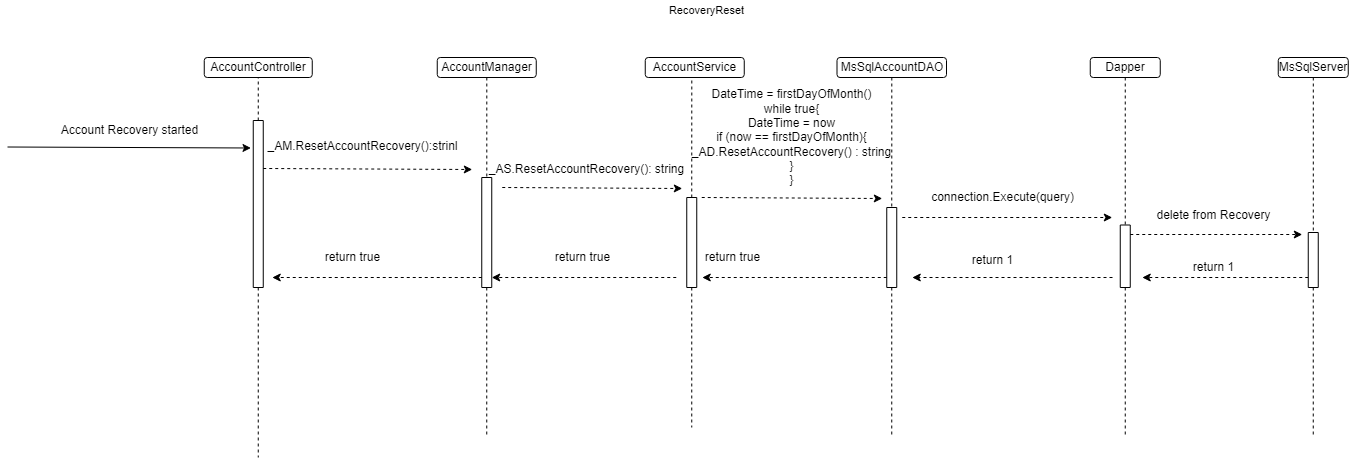
Before: Documents/Core Components/Account Recovery/RecoveryReset-Recovery Reset.drawio.png, a diagram exported from draw.io (Annihilator3180/CECS-491A-Senior-Project). Source tidied: cells renumbered, new cells last; positions are measured from the earlier drawing's top-left corner, leaving out a move shared by most shapes.
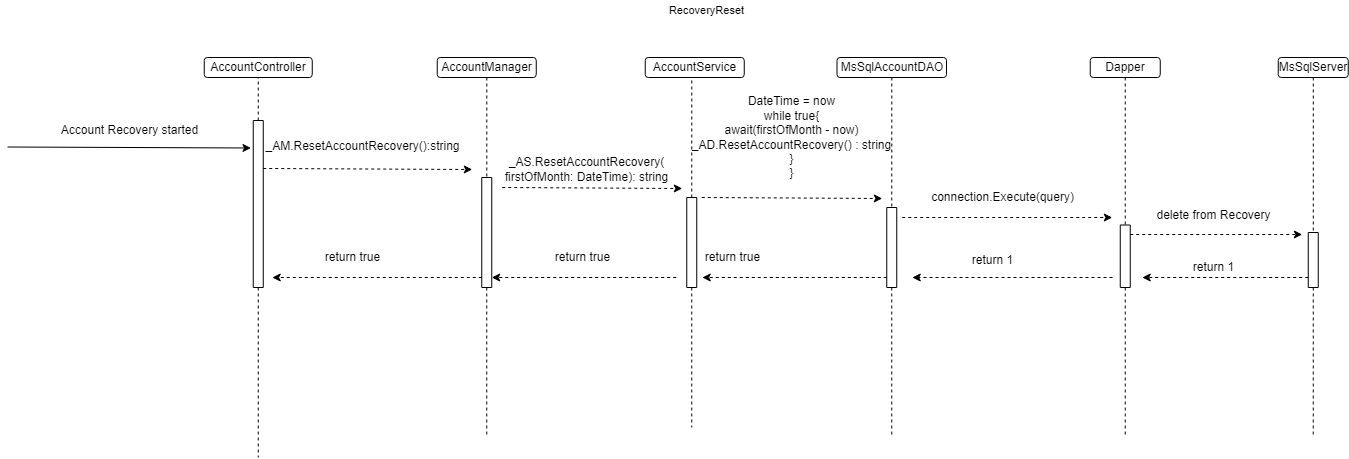
After the commit.

What changed in the source:
```diff
@@ -70,7 +70,7 @@
         <mxPoint x="243.5" y="147.5" as="targetPoint" />
       </mxGeometry>
     </mxCell>
-    <mxCell id="20" value="_AM.ResetAccountRecovery():strinl" style="text;html=1;align=center;verticalAlign=middle;strokeColor=none;fillColor=none;" parent="1" vertex="1">
+    <mxCell id="20" value="_AM.ResetAccountRecovery():string" style="text;html=1;align=center;verticalAlign=middle;strokeColor=none;fillColor=none;" parent="1" vertex="1">
       <mxGeometry x="249.8" y="136" width="210" height="20" as="geometry" />
     </mxCell>
     <mxCell id="21" style="endArrow=classic;html=1;rounded=0;dashed=1;" parent="1" edge="1">
@@ -93,11 +93,11 @@
     <mxCell id="24" style="rounded=0;whiteSpace=wrap;html=1;direction=south;" parent="1" vertex="1">
       <mxGeometry x="679.2" y="197" width="10" height="90" as="geometry" />
     </mxCell>
-    <mxCell id="25" value="_AS.ResetAccountRecovery(): string" style="text;html=1;align=center;verticalAlign=middle;strokeColor=none;fillColor=none;" parent="1" vertex="1">
-      <mxGeometry x="474.2" y="159" width="210" height="20" as="geometry" />
+    <mxCell id="25" value="_AS.ResetAccountRecovery(&lt;br&gt;firstOfMonth: DateTime): string" style="text;html=1;align=center;verticalAlign=middle;strokeColor=none;fillColor=none;" parent="1" vertex="1">
+      <mxGeometry x="489.2" y="154" width="180" height="30" as="geometry" />
     </mxCell>
-    <mxCell id="26" value="DateTime = firstDayOfMonth()&lt;br&gt;while true{&lt;br&gt;DateTime = now&lt;br&gt;if (now == firstDayOfMonth){&lt;br&gt;_AD.ResetAccountRecovery() : string&lt;br&gt;}&lt;br&gt;}" style="text;html=1;align=center;verticalAlign=middle;strokeColor=none;fillColor=none;" parent="1" vertex="1">
-      <mxGeometry x="674.2" y="87" width="220" height="100" as="geometry" />
+    <mxCell id="26" value="DateTime = now&lt;br&gt;while true{&lt;br&gt;await(firstOfMonth - now)&lt;br&gt;_AD.ResetAccountRecovery() : string&lt;br&gt;}&lt;br&gt;}" style="text;html=1;align=center;verticalAlign=middle;strokeColor=none;fillColor=none;" parent="1" vertex="1">
+      <mxGeometry x="674.2" y="92" width="220" height="90" as="geometry" />
     </mxCell>
     <mxCell id="27" style="endArrow=classic;html=1;rounded=0;dashed=1;" parent="1" edge="1">
       <mxGeometry relative="1" as="geometry">
```
